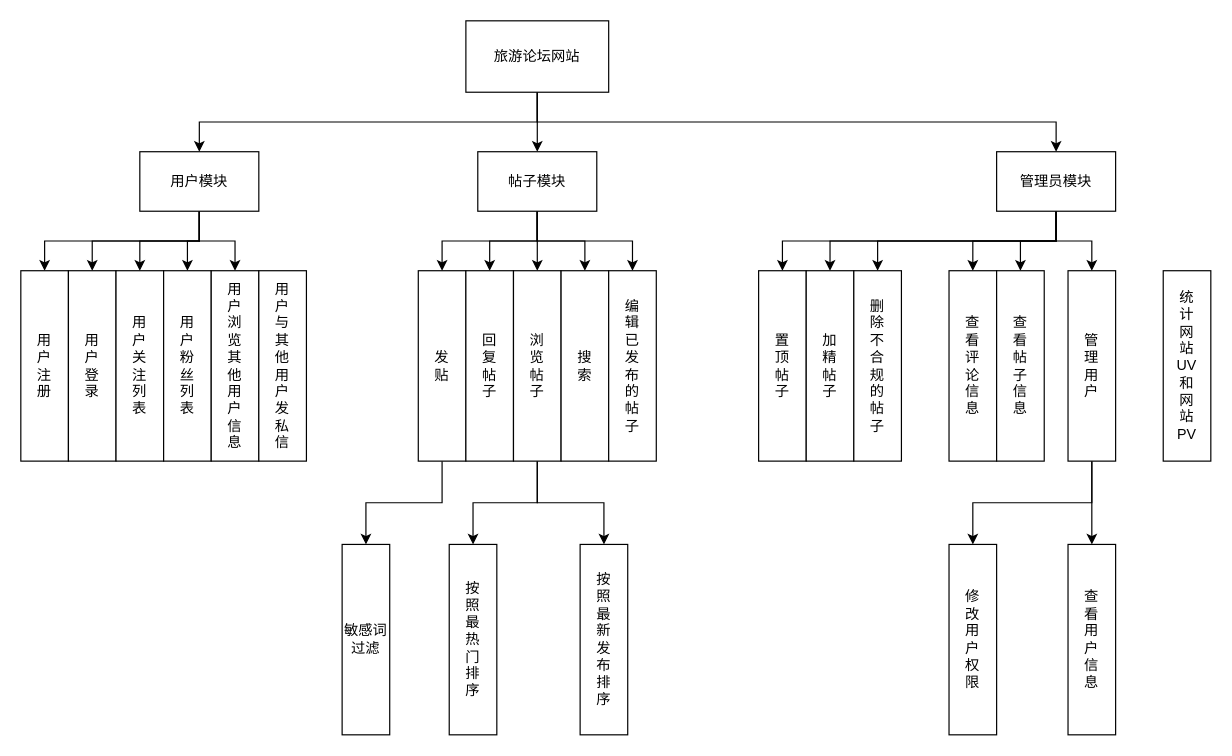
Before: Funtion.drawio in RedFlowerYeah/travelfourm, a draw.io diagram. Source tidied: cells renumbered, new cells numbered last; positions are measured from the earlier drawing's top-left corner, leaving out a move shared by most shapes. Both pictures are drawn from the tidied source at 119%, with x=0, y=0 at pixel (20, 20).
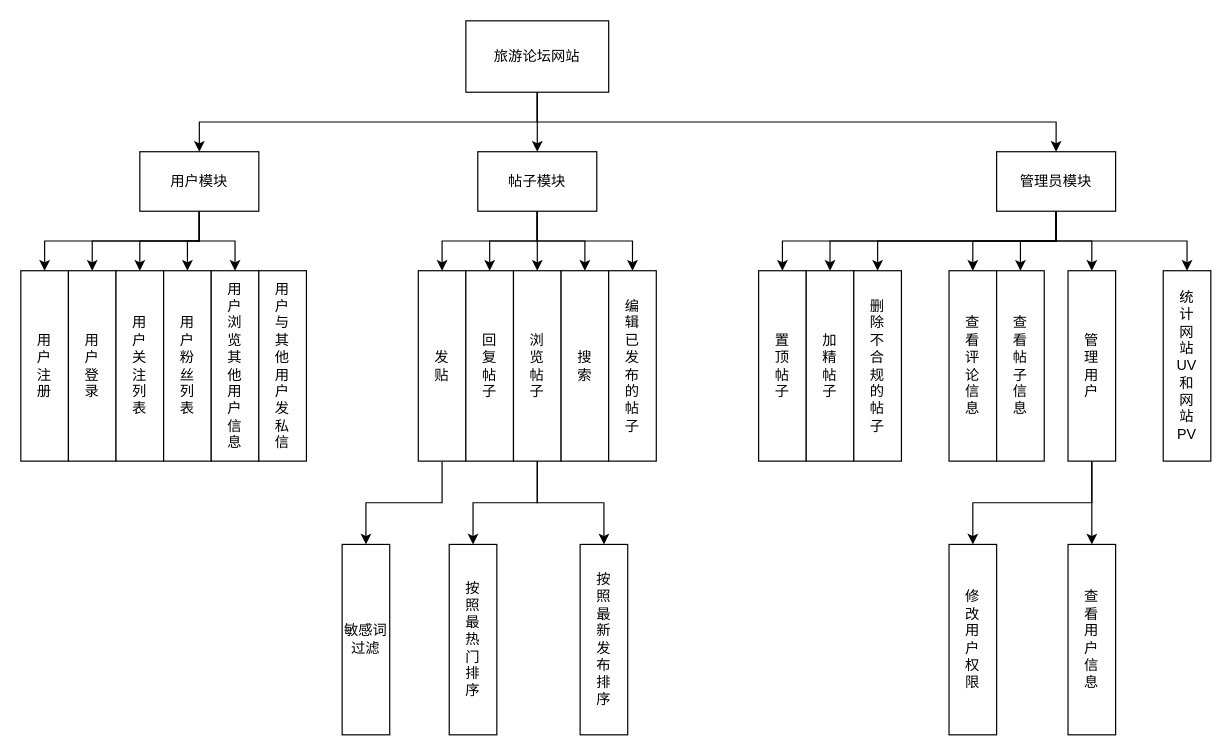
The same page after the edit.

Unchanged cells that the change refers to:
```xml
<mxCell id="24" value="管理员模块" style="rounded=0;whiteSpace=wrap;html=1;" parent="1" vertex="1">
  <mxGeometry x="820" y="110" width="100" height="50" as="geometry" />
</mxCell>
<mxCell id="51" value="统&lt;br&gt;计&lt;br&gt;网&lt;br&gt;站&lt;br&gt;UV&lt;br&gt;和&lt;br&gt;网&lt;br&gt;站&lt;br&gt;PV" style="rounded=0;whiteSpace=wrap;html=1;" parent="1" vertex="1">
  <mxGeometry x="960" y="210" width="40" height="160" as="geometry" />
</mxCell>
```

Change to the diagram source:
```diff
@@
+    <mxCell id="53" style="edgeStyle=orthogonalEdgeStyle;rounded=0;jettySize=auto;html=1;exitX=0.5;exitY=1;exitDx=0;exitDy=0;entryX=0.5;entryY=0;entryDx=0;entryDy=0;" parent="1" edge="1" source="24" target="51">
+      <mxGeometry relative="1" as="geometry" />
+    </mxCell>
```
